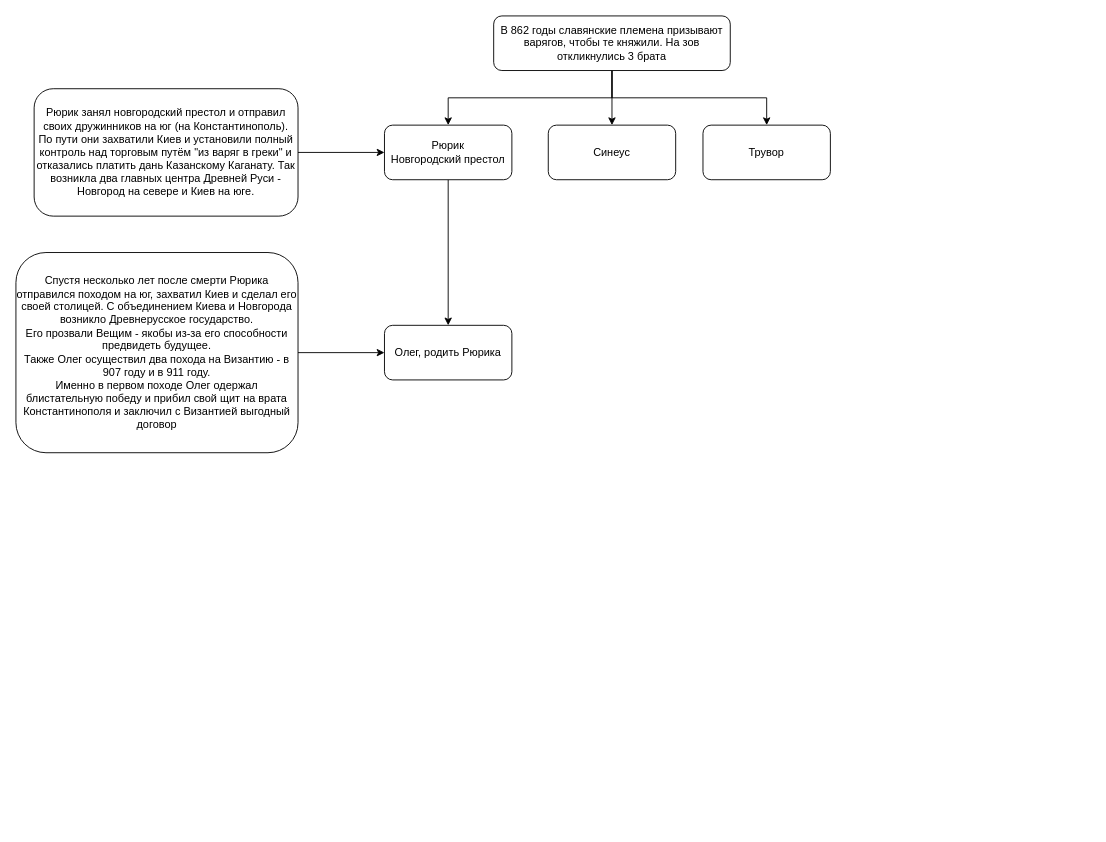
This is The history of Russia.drawio from MG61/The-history-of-Russia, a draw.io file, before an edit. Source tidied: cells renumbered, new cells numbered last; positions are measured from the earlier drawing's top-left corner, leaving out a move shared by most shapes. Both pictures are drawn from the tidied source at 91%, with x=0, y=0 at pixel (15, 15).
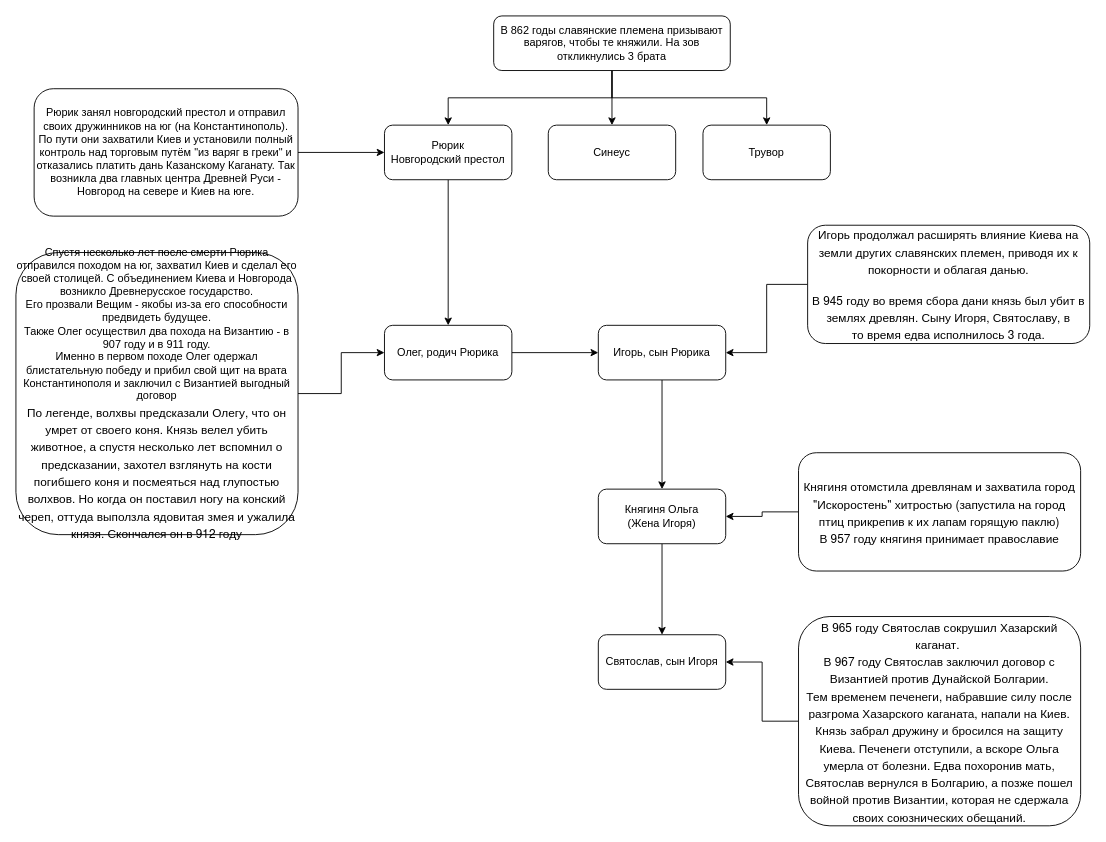
The same page after the edit.

Change to the diagram source:
```diff
@@
+    <mxCell id="15" style="edgeStyle=orthogonalEdgeStyle;rounded=0;jettySize=auto;html=1;exitX=1;exitY=0.5;exitDx=0;exitDy=0;" parent="1" edge="1" source="12" target="17">
+      <mxGeometry relative="1" as="geometry" />
+    </mxCell>
-    <mxCell id="12" value="Олег, родить Рюрика" style="rounded=1;whiteSpace=wrap;html=1;" parent="1" vertex="1">
+    <mxCell id="12" value="Олег, родич Рюрика" style="rounded=1;whiteSpace=wrap;html=1;" parent="1" vertex="1">
       <mxGeometry x="405" y="340" width="140" height="60" as="geometry" />
     </mxCell>
@@
-    <mxCell id="14" value="Спустя несколько лет после смерти Рюрика отправился походом на юг, захватил Киев и сделал его своей столицей. С объединением Киева и Новгорода возникло Древнерусское государство.&lt;div&gt;Его прозвали Вещим - якобы из-за его способности предвидеть будущее.&lt;/div&gt;&lt;div&gt;Также Олег осуществил два похода на Византию - в 907 году и в 911 году.&lt;/div&gt;&lt;div&gt;Именно в первом походе Олег одержал блистательную победу и прибил свой щит на врата Константинополя и заключил с Византией выгодный договор&lt;/div&gt;" style="rounded=1;whiteSpace=wrap;html=1;" parent="1" vertex="1">
-      <mxGeometry y="260" width="310" height="220" as="geometry" />
+    <mxCell id="14" value="Спустя несколько лет после смерти Рюрика отправился походом на юг, захватил Киев и сделал его своей столицей. С объединением Киева и Новгорода возникло Древнерусское государство.&lt;div&gt;Его прозвали Вещим - якобы из-за его способности предвидеть будущее.&lt;/div&gt;&lt;div&gt;Также Олег осуществил два похода на Византию - в 907 году и в 911 году.&lt;/div&gt;&lt;div&gt;Именно в первом походе Олег одержал блистательную победу и прибил свой щит на врата Константинополя и заключил с Византией выгодный договор&lt;/div&gt;&lt;div&gt;&lt;p style=&quot;margin: 0px; font-style: normal; font-variant-caps: normal; font-stretch: normal; font-size: 13px; line-height: normal; font-family: &amp;quot;Helvetica Neue&amp;quot;; font-size-adjust: none; font-kerning: auto; font-variant-alternates: normal; font-variant-ligatures: normal; font-variant-numeric: normal; font-variant-east-asian: normal; font-variant-position: normal; font-variant-emoji: normal; font-feature-settings: normal; font-optical-sizing: auto; font-variation-settings: normal;&quot;&gt;По легенде, волхвы предсказали Олегу, что он умрет от своего коня. Князь велел убить животное, а спустя несколько лет вспомнил о предсказании, захотел взглянуть на кости погибшего коня и посмеяться над глупостью волхвов. Но когда он поставил ногу на конский череп, оттуда выползла ядовитая змея и ужалила князя. Скончался он в 912 году&lt;/p&gt;&lt;/div&gt;" style="rounded=1;whiteSpace=wrap;html=1;" parent="1" vertex="1">
+      <mxGeometry y="260" width="310" height="310" as="geometry" />
     </mxCell>
+    <mxCell id="16" style="edgeStyle=orthogonalEdgeStyle;rounded=0;jettySize=auto;html=1;exitX=0.5;exitY=1;exitDx=0;exitDy=0;entryX=0.5;entryY=0;entryDx=0;entryDy=0;" parent="1" edge="1" source="17" target="21">
+      <mxGeometry relative="1" as="geometry" />
+    </mxCell>
+    <mxCell id="17" value="Игорь, сын Рюрика" style="rounded=1;whiteSpace=wrap;html=1;" parent="1" vertex="1">
+      <mxGeometry x="640" y="340" width="140" height="60" as="geometry" />
+    </mxCell>
+    <mxCell id="18" style="edgeStyle=orthogonalEdgeStyle;rounded=0;jettySize=auto;html=1;exitX=0;exitY=0.5;exitDx=0;exitDy=0;entryX=1;entryY=0.5;entryDx=0;entryDy=0;" parent="1" edge="1" source="19" target="17">
+      <mxGeometry relative="1" as="geometry" />
+    </mxCell>
+    <mxCell id="19" value="&lt;p style=&quot;margin: 0px; font-style: normal; font-variant-caps: normal; font-stretch: normal; font-size: 13px; line-height: normal; font-family: &amp;quot;Helvetica Neue&amp;quot;; font-size-adjust: none; font-kerning: auto; font-variant-alternates: normal; font-variant-ligatures: normal; font-variant-numeric: normal; font-variant-east-asian: normal; font-variant-position: normal; font-variant-emoji: normal; font-feature-settings: normal; font-optical-sizing: auto; font-variation-settings: normal;&quot;&gt;Игорь продолжал расширять влияние Киева на земли других славянских племен, приводя их к покорности и облагая данью.&lt;/p&gt;&lt;br/&gt;&lt;p style=&quot;margin: 0px; font-style: normal; font-variant-caps: normal; font-stretch: normal; font-size: 13px; line-height: normal; font-family: &amp;quot;Helvetica Neue&amp;quot;; font-size-adjust: none; font-kerning: auto; font-variant-alternates: normal; font-variant-ligatures: normal; font-variant-numeric: normal; font-variant-east-asian: normal; font-variant-position: normal; font-variant-emoji: normal; font-feature-settings: normal; font-optical-sizing: auto; font-variation-settings: normal;&quot;&gt;В 945&amp;nbsp;году во время сбора дани князь был убит в землях древлян. Сыну Игоря, Святославу, в то&amp;nbsp;время едва исполнилось 3&amp;nbsp;года.&lt;/p&gt;" style="rounded=1;whiteSpace=wrap;html=1;" parent="1" vertex="1">
+      <mxGeometry x="870" y="230" width="310" height="130" as="geometry" />
+    </mxCell>
+    <mxCell id="20" style="edgeStyle=orthogonalEdgeStyle;rounded=0;jettySize=auto;html=1;exitX=0.5;exitY=1;exitDx=0;exitDy=0;" parent="1" edge="1" source="21" target="24">
+      <mxGeometry relative="1" as="geometry" />
+    </mxCell>
+    <mxCell id="21" value="Княгиня Ольга&lt;div&gt;(Жена Игоря)&lt;/div&gt;" style="rounded=1;whiteSpace=wrap;html=1;" parent="1" vertex="1">
+      <mxGeometry x="640" y="520" width="140" height="60" as="geometry" />
+    </mxCell>
+    <mxCell id="22" style="edgeStyle=orthogonalEdgeStyle;rounded=0;jettySize=auto;html=1;entryX=1;entryY=0.5;entryDx=0;entryDy=0;" parent="1" edge="1" source="23" target="21">
+      <mxGeometry relative="1" as="geometry" />
+    </mxCell>
+    <mxCell id="23" value="&lt;p style=&quot;margin: 0px; font-style: normal; font-variant-caps: normal; font-stretch: normal; font-size: 13px; line-height: normal; font-family: &amp;quot;Helvetica Neue&amp;quot;; font-size-adjust: none; font-kerning: auto; font-variant-alternates: normal; font-variant-ligatures: normal; font-variant-numeric: normal; font-variant-east-asian: normal; font-variant-position: normal; font-variant-emoji: normal; font-feature-settings: normal; font-optical-sizing: auto; font-variation-settings: normal;&quot;&gt;Княгиня отомстила древлянам и захватила город &quot;Искоростень&quot; хитростью (запустила на город птиц прикрепив к их лапам горящую паклю)&lt;/p&gt;&lt;p style=&quot;margin: 0px; font-style: normal; font-variant-caps: normal; font-stretch: normal; font-size: 13px; line-height: normal; font-family: &amp;quot;Helvetica Neue&amp;quot;; font-size-adjust: none; font-kerning: auto; font-variant-alternates: normal; font-variant-ligatures: normal; font-variant-numeric: normal; font-variant-east-asian: normal; font-variant-position: normal; font-variant-emoji: normal; font-feature-settings: normal; font-optical-sizing: auto; font-variation-settings: normal;&quot;&gt;В 957 году княгиня принимает православие&lt;/p&gt;" style="rounded=1;whiteSpace=wrap;html=1;" parent="1" vertex="1">
+      <mxGeometry x="860" y="480" width="310" height="130" as="geometry" />
+    </mxCell>
+    <mxCell id="24" value="Святослав, сын Игоря" style="rounded=1;whiteSpace=wrap;html=1;" parent="1" vertex="1">
+      <mxGeometry x="640" y="680" width="140" height="60" as="geometry" />
+    </mxCell>
+    <mxCell id="25" style="edgeStyle=orthogonalEdgeStyle;rounded=0;jettySize=auto;html=1;exitX=0;exitY=0.5;exitDx=0;exitDy=0;entryX=1;entryY=0.5;entryDx=0;entryDy=0;" parent="1" edge="1" source="26" target="24">
+      <mxGeometry relative="1" as="geometry" />
+    </mxCell>
+    <mxCell id="26" value="&lt;p style=&quot;margin: 0px; font-style: normal; font-variant-caps: normal; font-stretch: normal; font-size: 13px; line-height: normal; font-family: &amp;quot;Helvetica Neue&amp;quot;; font-size-adjust: none; font-kerning: auto; font-variant-alternates: normal; font-variant-ligatures: normal; font-variant-numeric: normal; font-variant-east-asian: normal; font-variant-position: normal; font-variant-emoji: normal; font-feature-settings: normal; font-optical-sizing: auto; font-variation-settings: normal;&quot;&gt;В 965 году Святослав сокрушил Хазарский каганат.&amp;nbsp;&lt;/p&gt;&lt;p style=&quot;margin: 0px; font-style: normal; font-variant-caps: normal; font-stretch: normal; font-size: 13px; line-height: normal; font-family: &amp;quot;Helvetica Neue&amp;quot;; font-size-adjust: none; font-kerning: auto; font-variant-alternates: normal; font-variant-ligatures: normal; font-variant-numeric: normal; font-variant-east-asian: normal; font-variant-position: normal; font-variant-emoji: normal; font-feature-settings: normal; font-optical-sizing: auto; font-variation-settings: normal;&quot;&gt;В 967 году Святослав заключил договор с Византией против Дунайской Болгарии.&lt;/p&gt;&lt;p style=&quot;margin: 0px; font-style: normal; font-variant-caps: normal; font-stretch: normal; font-size: 13px; line-height: normal; font-family: &amp;quot;Helvetica Neue&amp;quot;; font-size-adjust: none; font-kerning: auto; font-variant-alternates: normal; font-variant-ligatures: normal; font-variant-numeric: normal; font-variant-east-asian: normal; font-variant-position: normal; font-variant-emoji: normal; font-feature-settings: normal; font-optical-sizing: auto; font-variation-settings: normal;&quot;&gt;Тем временем печенеги, набравшие силу после разгрома Хазарского каганата, напали на&amp;nbsp;Киев. Князь забрал дружину и бросился на защиту Киева. Печенеги отступили, а вскоре Ольга умерла от болезни. Едва похоронив мать, Святослав вернулся в&amp;nbsp;Болгарию, а позже пошел войной против Византии, которая не сдержала своих союзнических обещаний.&lt;/p&gt;" style="rounded=1;whiteSpace=wrap;html=1;" parent="1" vertex="1">
+      <mxGeometry x="860" y="660" width="310" height="230" as="geometry" />
+    </mxCell>
```
